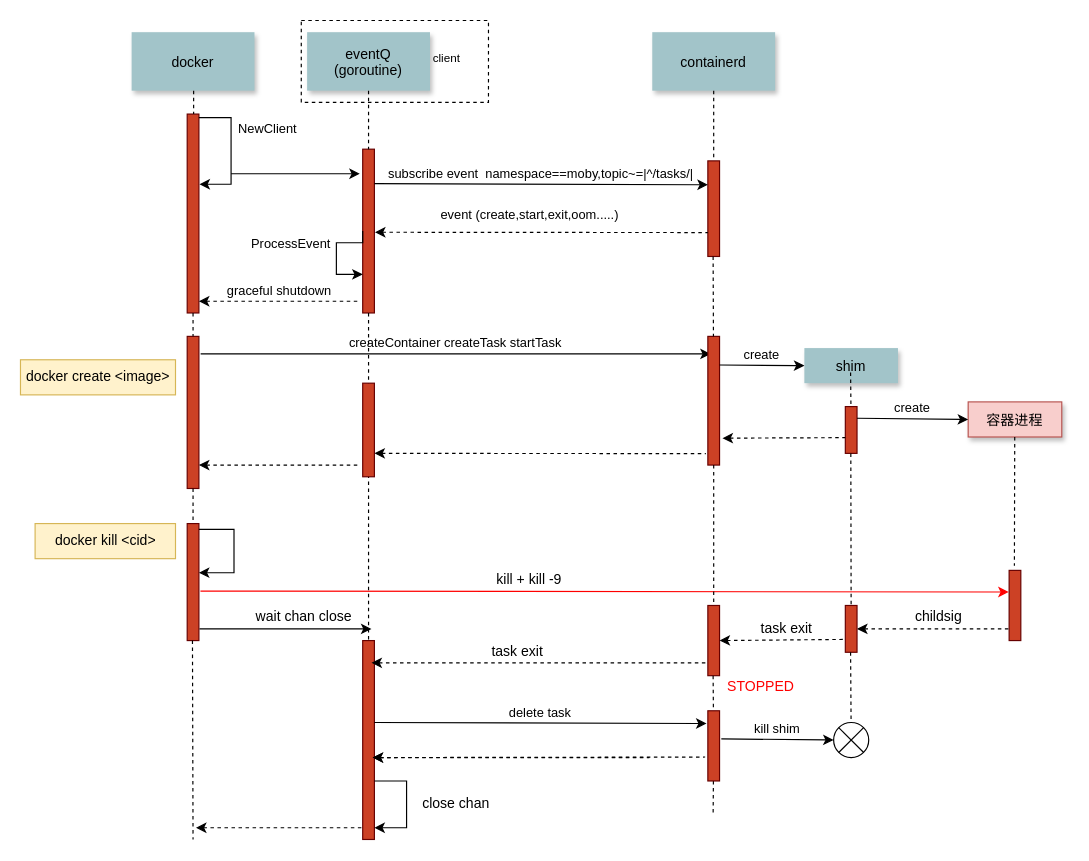
The draw.io diagram Untitled Diagram.drawio in saberrey/diagrams-pool, before the edit. Source tidied: cells renumbered, new cells numbered last; positions are measured from the earlier drawing's top-left corner, leaving out a move shared by most shapes. Both pictures are drawn from the tidied source at 117%, with x=0, y=0 at pixel (20, 20).
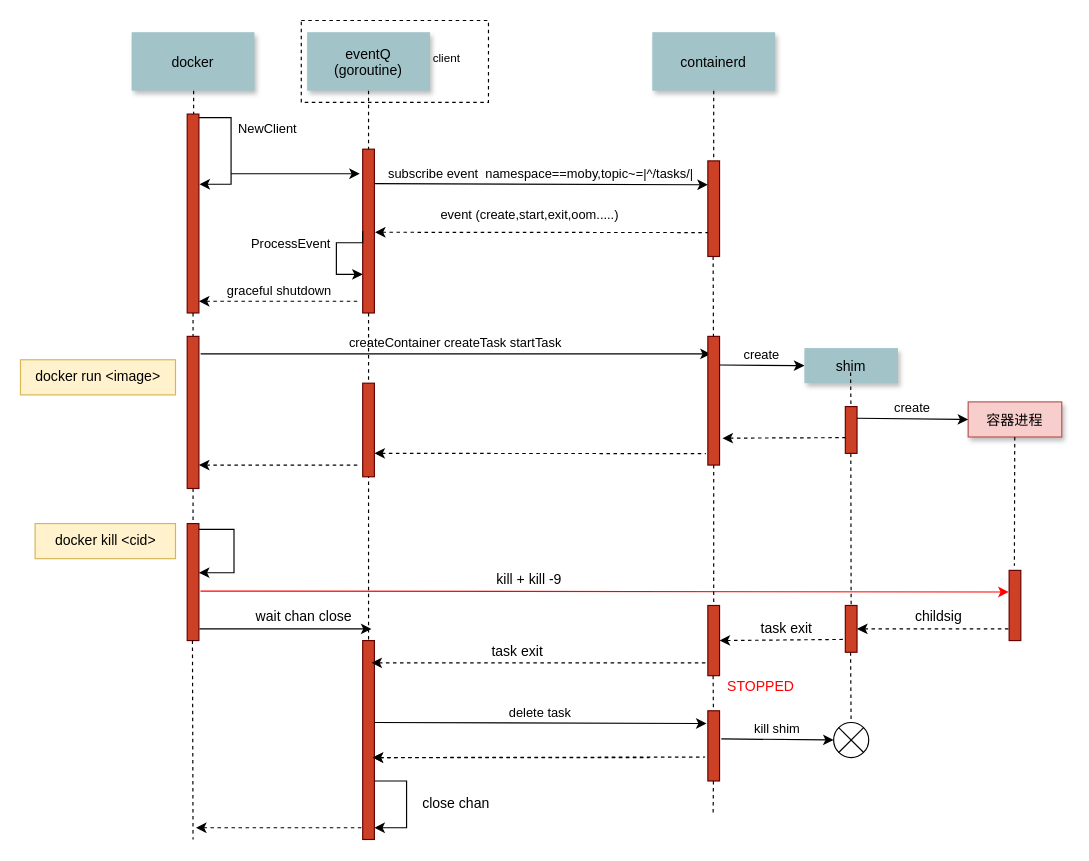
The same diagram, later.

What changed in the source:
```diff
@@
-    <mxCell id="77" value="docker create &amp;lt;image&amp;gt;" style="rounded=0;whiteSpace=wrap;html=1;fillColor=#fff2cc;strokeColor=#d6b656;" parent="1" vertex="1">
+    <mxCell id="77" value="docker run &amp;lt;image&amp;gt;" style="rounded=0;whiteSpace=wrap;html=1;fillColor=#fff2cc;strokeColor=#d6b656;" parent="1" vertex="1">
       <mxGeometry y="290" width="132.5" height="30" as="geometry" />
     </mxCell>
```
